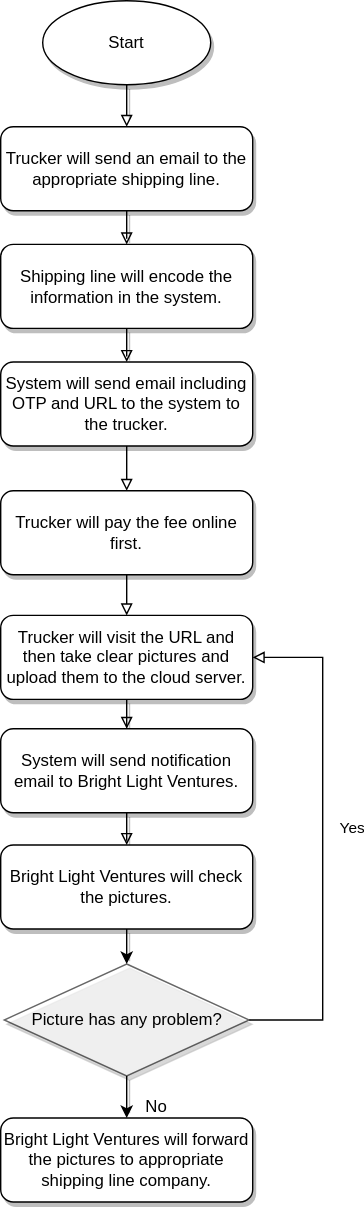
This is Untitled Diagram.drawio.svg from dev20220810/bright-light-ventures-ph-documentation, a draw.io export, as it was before one commit. Source tidied: cells renumbered, new cells last; positions are measured from the earlier drawing's top-left corner, leaving out a move shared by most shapes.
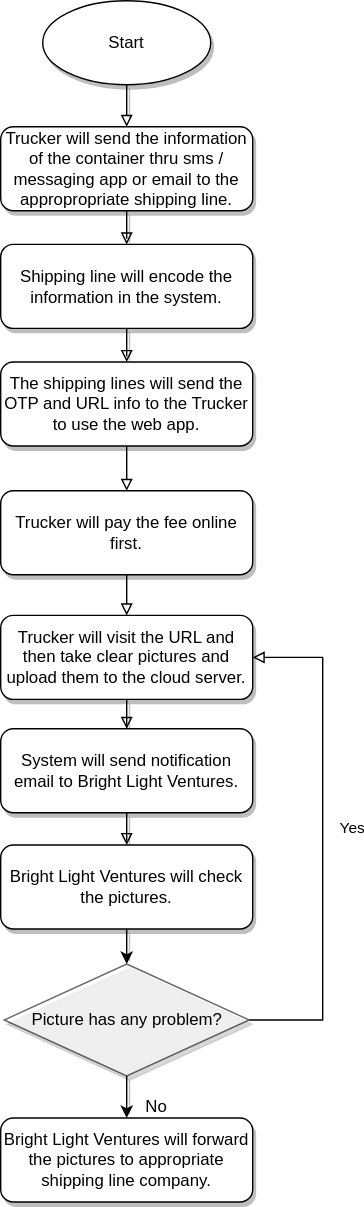
Above is the later version.

Diff of the diagram source:
```diff
@@ -11,7 +11,7 @@
     <mxCell id="4" style="edgeStyle=orthogonalEdgeStyle;rounded=0;jettySize=auto;html=1;entryX=0.5;entryY=0;entryDx=0;entryDy=0;endArrow=block;endFill=0;shadow=1;" parent="1" edge="1" source="5" target="7">
       <mxGeometry relative="1" as="geometry" />
     </mxCell>
-    <mxCell id="5" value="Trucker will send an email to the appropriate shipping line." style="whiteSpace=wrap;html=1;rounded=1;shadow=1;glass=0;sketch=0;" parent="1" vertex="1">
+    <mxCell id="5" value="Trucker will send the information of the container thru sms / messaging app or email to the appropropriate shipping line." style="whiteSpace=wrap;html=1;rounded=1;shadow=1;glass=0;sketch=0;" parent="1" vertex="1">
       <mxGeometry y="90" width="180" height="60" as="geometry" />
     </mxCell>
     <mxCell id="6" style="edgeStyle=orthogonalEdgeStyle;rounded=0;jettySize=auto;html=1;entryX=0.5;entryY=0;entryDx=0;entryDy=0;endArrow=block;endFill=0;shadow=1;" parent="1" edge="1" source="7" target="9">
@@ -23,7 +23,7 @@
     <mxCell id="8" style="edgeStyle=orthogonalEdgeStyle;rounded=0;jettySize=auto;html=1;entryX=0.5;entryY=0;entryDx=0;entryDy=0;endArrow=block;endFill=0;" parent="1" edge="1" source="9" target="23">
       <mxGeometry relative="1" as="geometry" />
     </mxCell>
-    <mxCell id="9" value="System will send email including OTP and URL to the system to the trucker." style="whiteSpace=wrap;html=1;shadow=1;rounded=1;" parent="1" vertex="1">
+    <mxCell id="9" value="The shipping lines will send the OTP and URL info to the Trucker to use the web app." style="whiteSpace=wrap;html=1;shadow=1;rounded=1;" parent="1" vertex="1">
       <mxGeometry y="258" width="180" height="60" as="geometry" />
     </mxCell>
     <mxCell id="10" style="edgeStyle=orthogonalEdgeStyle;rounded=0;jettySize=auto;html=1;entryX=0.5;entryY=0;entryDx=0;entryDy=0;shadow=1;endArrow=block;endFill=0;" parent="1" edge="1" source="11" target="13">
```
